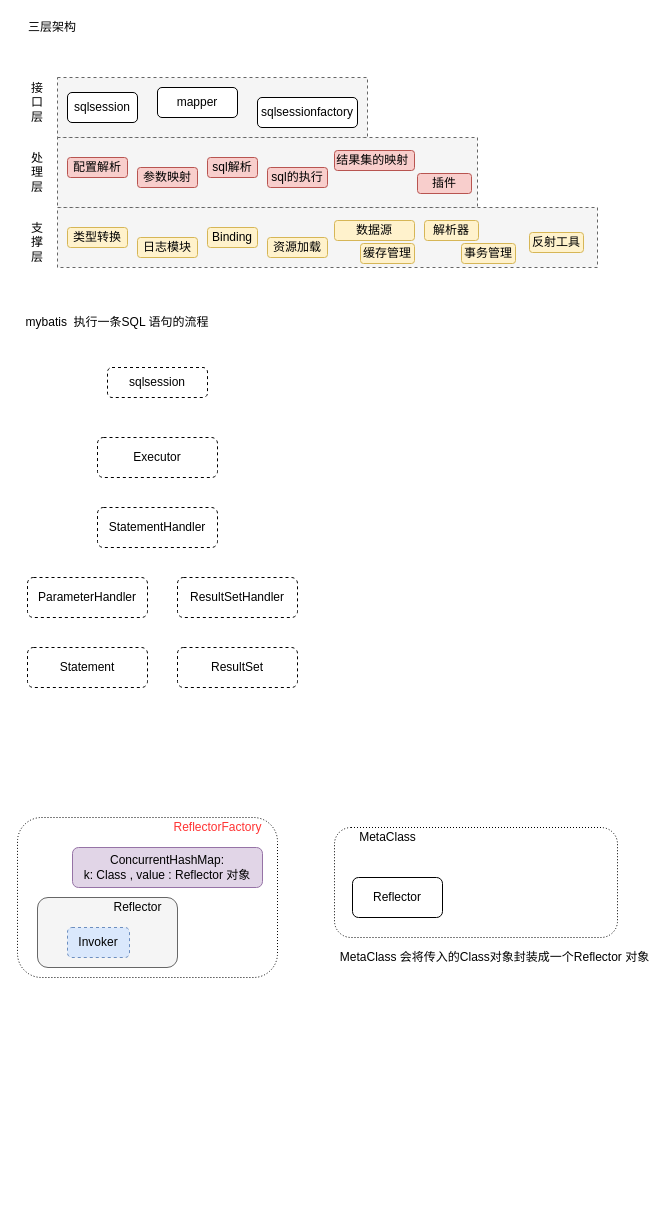
Earlier version of the draw.io diagram page "第 1 页" (1 of 2) of mybatis.drawio (topyuluo/photo-project). Source tidied: cells renumbered, new cells numbered last; positions are measured from the earlier drawing's top-left corner, leaving out a move shared by most shapes. Both pictures are drawn from the tidied source at 100%, with x=0, y=0 at pixel (17, 17).
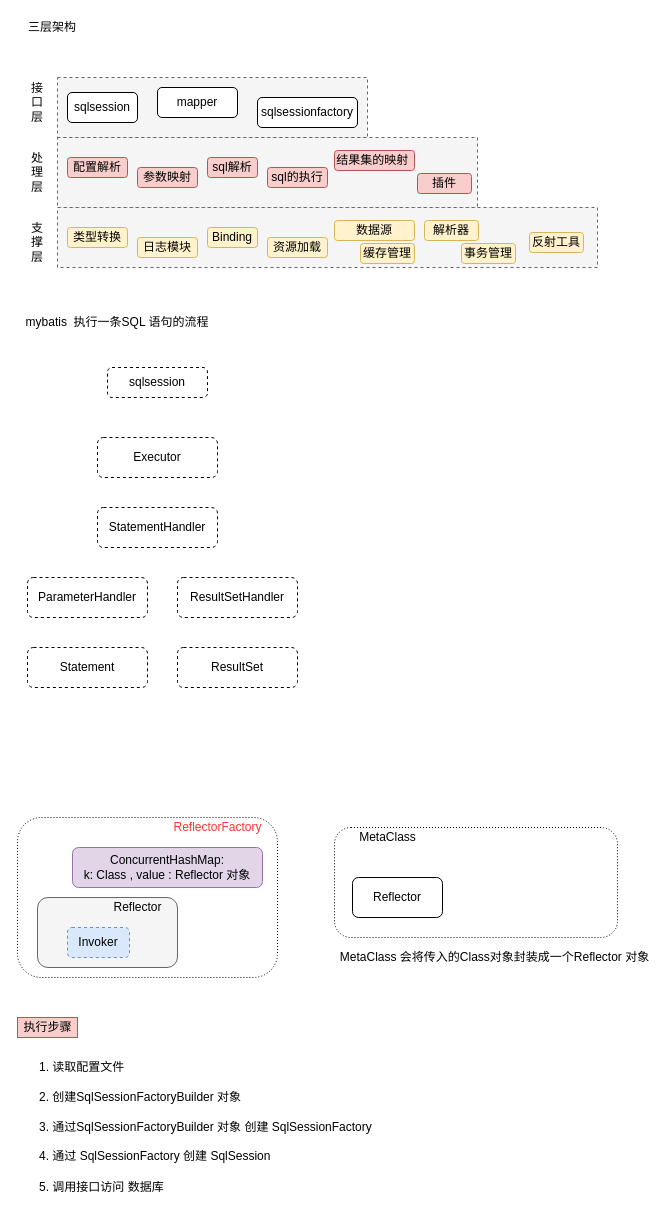
After the change.

Change to the diagram source:
```diff
@@
+    <mxCell id="45" value="执行步骤" style="text;html=1;align=center;verticalAlign=middle;strokeColor=#b85450;fillColor=#f8cecc;" parent="1" vertex="1">
+      <mxGeometry y="1000" width="60" height="20" as="geometry" />
+    </mxCell>
+    <mxCell id="46" value="1. 读取配置文件" style="text;html=1;strokeColor=none;fillColor=none;align=left;verticalAlign=middle;whiteSpace=wrap;rounded=0;" parent="1" vertex="1">
+      <mxGeometry x="20" y="1040" width="340" height="20" as="geometry" />
+    </mxCell>
+    <mxCell id="47" value="2. 创建SqlSessionFactoryBuilder 对象" style="text;html=1;strokeColor=none;fillColor=none;align=left;verticalAlign=middle;whiteSpace=wrap;rounded=0;" parent="1" vertex="1">
+      <mxGeometry x="20" y="1070" width="340" height="20" as="geometry" />
+    </mxCell>
+    <mxCell id="48" value="3. 通过SqlSessionFactoryBuilder 对象 创建 SqlSessionFactory" style="text;html=1;strokeColor=none;fillColor=none;align=left;verticalAlign=middle;whiteSpace=wrap;rounded=0;" parent="1" vertex="1">
+      <mxGeometry x="20" y="1100" width="340" height="20" as="geometry" />
+    </mxCell>
+    <mxCell id="49" value="4. 通过 SqlSessionFactory 创建 SqlSession" style="text;html=1;strokeColor=none;fillColor=none;align=left;verticalAlign=middle;whiteSpace=wrap;rounded=0;" parent="1" vertex="1">
+      <mxGeometry x="20" y="1129" width="340" height="20" as="geometry" />
+    </mxCell>
+    <mxCell id="50" value="5. 调用接口访问 数据库" style="text;html=1;strokeColor=none;fillColor=none;align=left;verticalAlign=middle;whiteSpace=wrap;rounded=0;" parent="1" vertex="1">
+      <mxGeometry x="20" y="1160" width="340" height="20" as="geometry" />
+    </mxCell>
```
